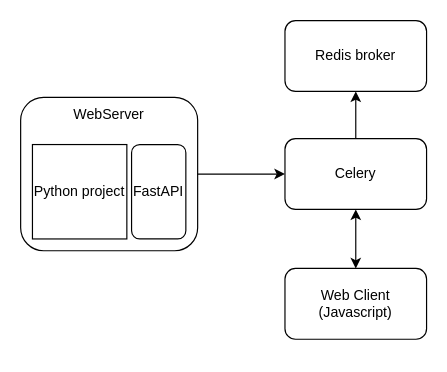
Earlier version of the draw.io diagram Untitled Diagram.drawio (ricardj/firewatch-client). Source tidied: cells renumbered, new cells numbered last; positions are measured from the earlier drawing's top-left corner, leaving out a move shared by most shapes. Both pictures are drawn from the tidied source at 118%, with x=0, y=0 at pixel (20, 20).
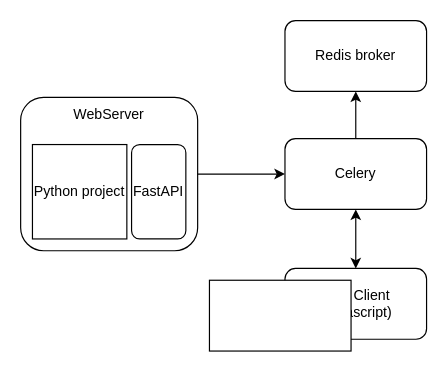
The same diagram, later.

Diff of the diagram source:
```diff
@@
 <mxGraphModel>
   <root>
     <mxCell id="0" />
     <mxCell id="1" parent="0" />
     <mxCell id="2" style="edgeStyle=orthogonalEdgeStyle;rounded=0;jettySize=auto;html=1;exitX=0.5;exitY=0;exitDx=0;exitDy=0;entryX=0.5;entryY=1;entryDx=0;entryDy=0;" parent="1" edge="1" source="4" target="5">
       <mxGeometry relative="1" as="geometry" />
     </mxCell>
     <mxCell id="3" style="edgeStyle=orthogonalEdgeStyle;rounded=0;jettySize=auto;html=1;exitX=0.5;exitY=1;exitDx=0;exitDy=0;startArrow=classic;startFill=1;" parent="1" edge="1" source="4" target="6">
       <mxGeometry relative="1" as="geometry" />
     </mxCell>
     <mxCell id="4" value="Celery" style="rounded=1;whiteSpace=wrap;html=1;" parent="1" vertex="1">
       <mxGeometry x="224" y="100" width="120" height="60" as="geometry" />
     </mxCell>
     <mxCell id="5" value="Redis broker" style="rounded=1;whiteSpace=wrap;html=1;" parent="1" vertex="1">
       <mxGeometry x="224" width="120" height="60" as="geometry" />
     </mxCell>
     <mxCell id="6" value="Web Client (Javascript)" style="rounded=1;whiteSpace=wrap;html=1;" parent="1" vertex="1">
       <mxGeometry x="224" y="210" width="120" height="60" as="geometry" />
     </mxCell>
     <mxCell id="7" style="group;" parent="1" vertex="1">
       <mxGeometry y="65" width="150" height="130" as="geometry" />
     </mxCell>
     <mxCell id="8" style="rounded=1;whiteSpace=wrap;html=1;" parent="7" vertex="1">
       <mxGeometry width="150" height="130" as="geometry" />
     </mxCell>
     <mxCell id="9" value="Python project" style="whiteSpace=wrap;html=1;" parent="7" vertex="1">
       <mxGeometry x="10" y="40" width="80" height="80" as="geometry" />
     </mxCell>
     <mxCell id="10" value="FastAPI" style="rounded=1;whiteSpace=wrap;html=1;" parent="7" vertex="1">
       <mxGeometry x="94" y="40" width="46" height="80" as="geometry" />
     </mxCell>
     <mxCell id="11" value="WebServer" style="text;html=1;align=center;verticalAlign=middle;whiteSpace=wrap;rounded=0;" parent="7" vertex="1">
       <mxGeometry x="45" width="60" height="30" as="geometry" />
     </mxCell>
     <mxCell id="12" style="edgeStyle=orthogonalEdgeStyle;rounded=0;jettySize=auto;html=1;exitX=1;exitY=0.5;exitDx=0;exitDy=0;entryX=0;entryY=0.5;entryDx=0;entryDy=0;" parent="1" edge="1" source="8" target="4">
       <mxGeometry relative="1" as="geometry" />
     </mxCell>
+    <mxCell id="13" style="whiteSpace=wrap;html=1;" parent="1" vertex="1">
+      <mxGeometry x="160" y="220" width="120" height="60" as="geometry" />
+    </mxCell>
   </root>
 </mxGraphModel>
```
